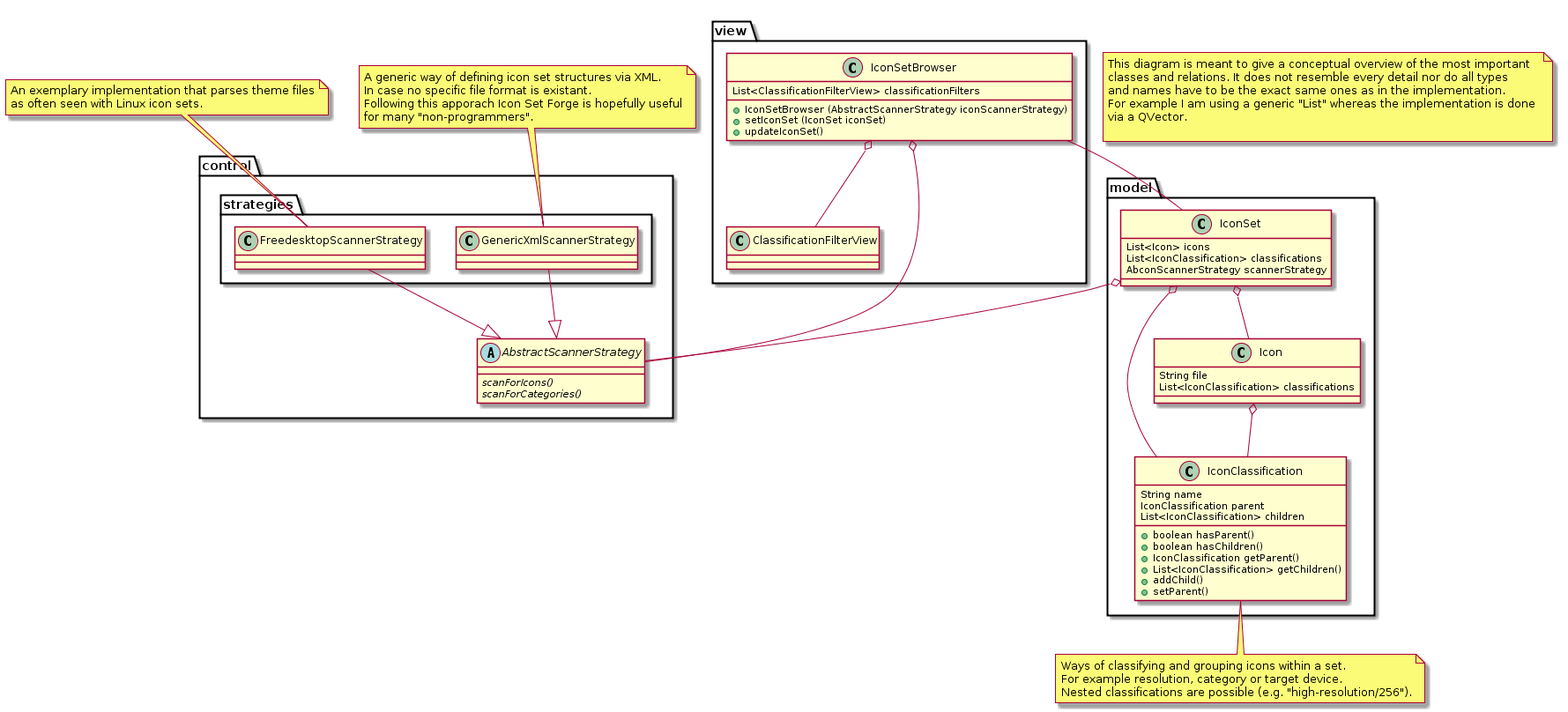
The PlantUML diagram Concept/classes.png in Manuel-Kehl/Icon-Set-Forge, before a commit.
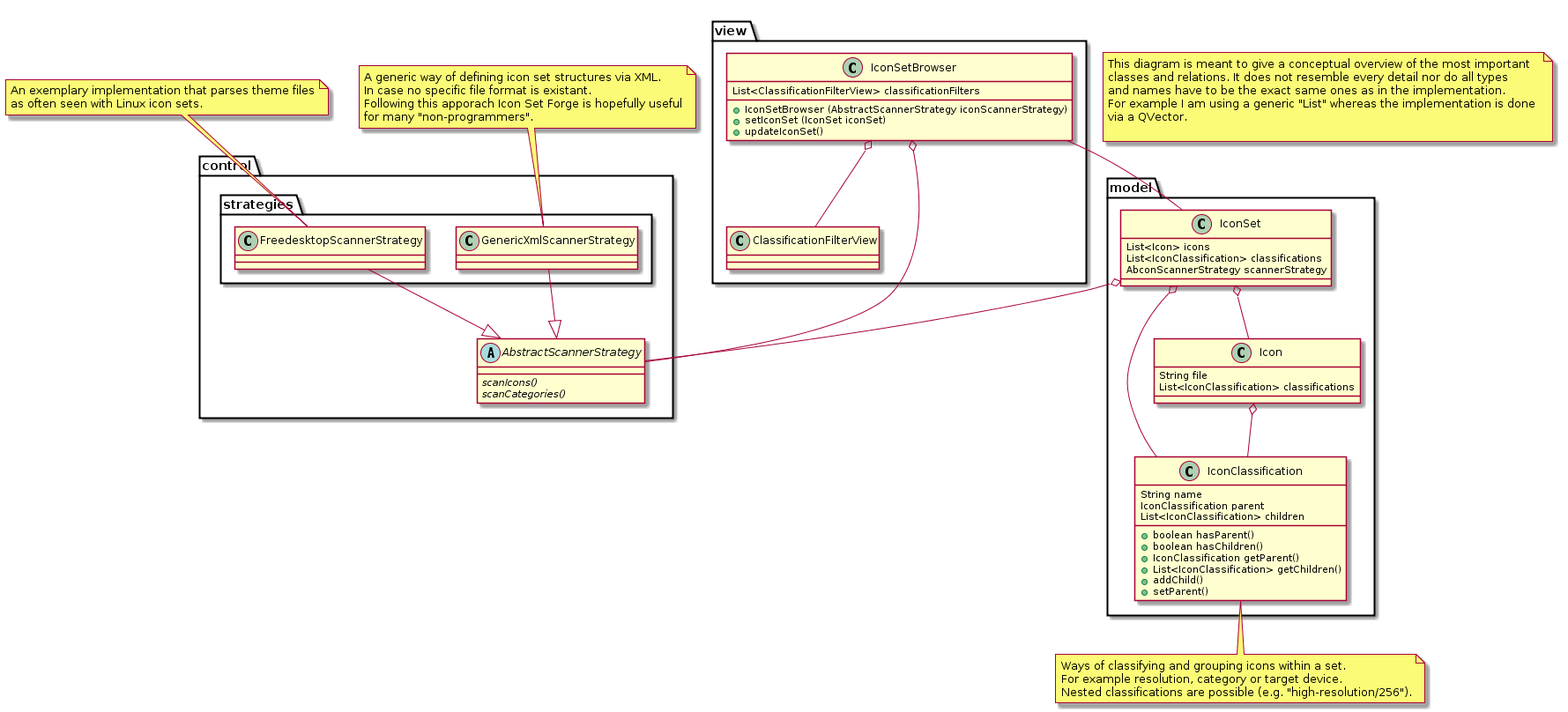
Above is the later version.

Commit message:
Renamed 2 functions in the diagram.

What changed in the source:
```diff
@@ -11,8 +11,8 @@
 
 package control {
 	abstract class AbstractScannerStrategy {
-		{abstract} + scanForIcons()
-		{abstract} + scanForCategories()
+		{abstract} + scanIcons()
+		{abstract} + scanCategories()
 	}
 	package strategies {
 		class FreedesktopScannerStrategy --|> AbstractScannerStrategy
```
